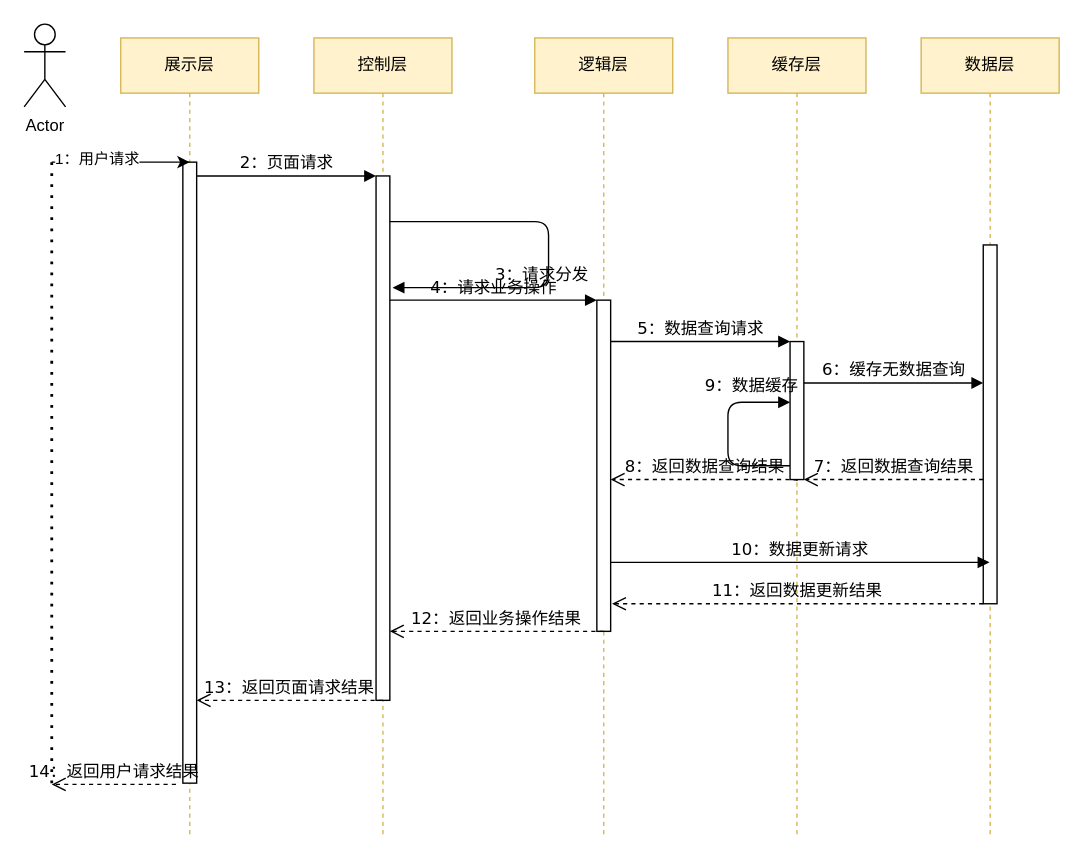
Earlier version of the draw.io diagram 未命名绘图.drawio (kkkkill/drawio). Source tidied: cells renumbered, new cells numbered last; positions are measured from the earlier drawing's top-left corner, leaving out a move shared by most shapes. Both pictures are drawn from the tidied source at 138%, with x=0, y=0 at pixel (23, 23).
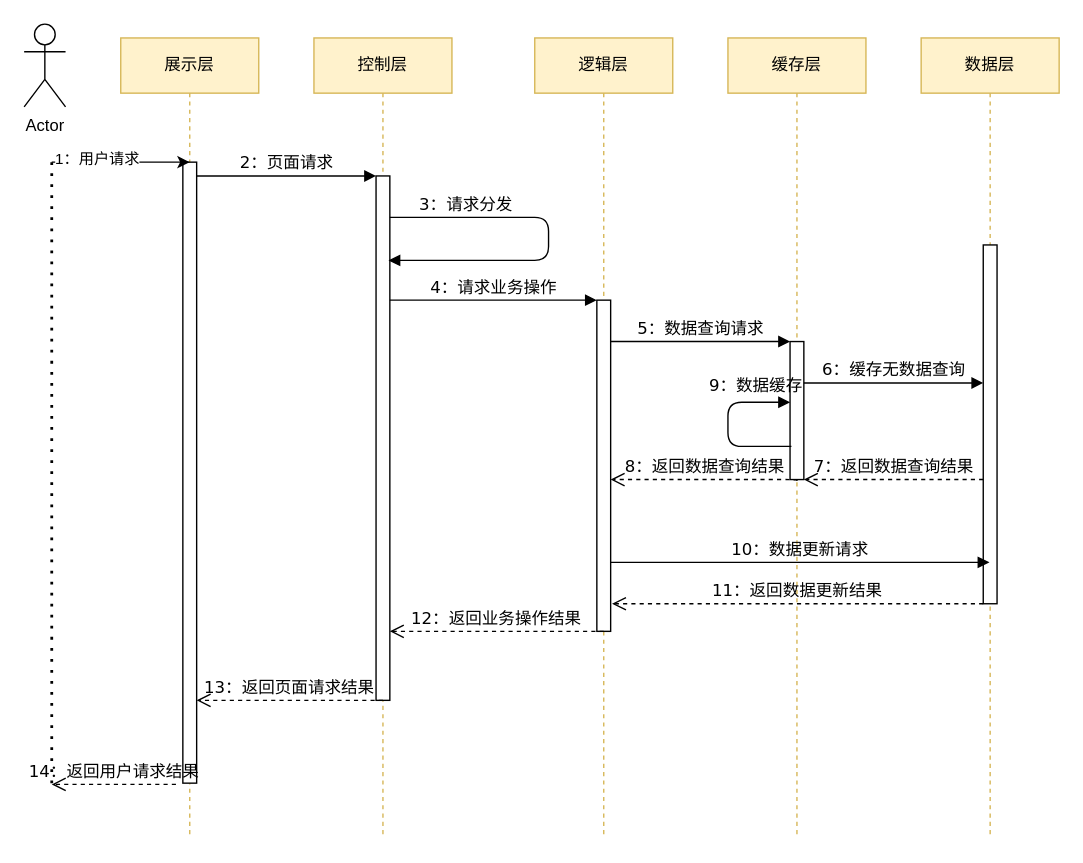
After the change.

Commit message:
更新未命名绘图.drawio

Unchanged cells that the change refers to:
```xml
<mxCell id="2" value="控制层" style="shape=umlLifeline;perimeter=lifelinePerimeter;whiteSpace=wrap;html=1;rounded=0;shadow=0;comic=0;labelBackgroundColor=none;strokeWidth=1;fontFamily=Verdana;fontSize=12;align=center;fillColor=#fff2cc;strokeColor=#d6b656;" parent="1" vertex="1">
  <mxGeometry x="210" y="10" width="100" height="580" as="geometry" />
</mxCell>
<mxCell id="3" style="html=1;points=[];perimeter=orthogonalPerimeter;rounded=0;shadow=0;comic=0;labelBackgroundColor=none;strokeWidth=1;fontFamily=Verdana;fontSize=12;align=center;" parent="2" vertex="1">
  <mxGeometry x="45" y="100" width="10" height="380" as="geometry" />
</mxCell>
<mxCell id="13" style="html=1;points=[];perimeter=orthogonalPerimeter;rounded=0;shadow=0;comic=0;labelBackgroundColor=none;strokeWidth=1;fontFamily=Verdana;fontSize=12;align=center;" parent="1" vertex="1">
  <mxGeometry x="555" y="230" width="10" height="100" as="geometry" />
</mxCell>
```

The edit, as a diff of the source:
```diff
@@
-    <mxCell id="4" value="3：请求分发" style="html=1;verticalAlign=bottom;endArrow=block;labelBackgroundColor=none;fontFamily=Verdana;fontSize=12;edgeStyle=elbowEdgeStyle;elbow=vertical;entryX=1.2;entryY=0.213;entryDx=0;entryDy=0;entryPerimeter=0;exitX=1;exitY=0.087;exitDx=0;exitDy=0;exitPerimeter=0;" parent="2" edge="1" source="3" target="3">
-      <mxGeometry y="-45" relative="1" as="geometry">
+    <mxCell id="4" value="3：请求分发" style="html=1;verticalAlign=bottom;endArrow=block;labelBackgroundColor=none;fontFamily=Verdana;fontSize=12;edgeStyle=elbowEdgeStyle;elbow=vertical;entryX=0.9;entryY=0.161;entryDx=0;entryDy=0;entryPerimeter=0;" parent="2" edge="1" source="3" target="3">
+      <mxGeometry x="-0.58" relative="1" as="geometry">
         <Array as="points">
           <mxPoint x="170" y="130" />
           <mxPoint x="140" y="120" />
           <mxPoint x="140" y="215" />
         </Array>
-        <mxPoint x="40" y="25" as="offset" />
       </mxGeometry>
     </mxCell>
@@
-    <mxCell id="24" value="9：数据缓存" style="html=1;verticalAlign=bottom;endArrow=block;labelBackgroundColor=none;fontFamily=Verdana;fontSize=12;edgeStyle=elbowEdgeStyle;elbow=vertical;exitX=0;exitY=0.9;exitDx=0;exitDy=0;exitPerimeter=0;entryX=0;entryY=0.44;entryDx=0;entryDy=0;entryPerimeter=0;" parent="1" edge="1" source="13" target="13">
+    <mxCell id="24" value="9：数据缓存" style="html=1;verticalAlign=bottom;endArrow=block;labelBackgroundColor=none;fontFamily=Verdana;fontSize=12;edgeStyle=elbowEdgeStyle;elbow=vertical;exitX=0.1;exitY=0.76;exitDx=0;exitDy=0;exitPerimeter=0;entryX=0;entryY=0.44;entryDx=0;entryDy=0;entryPerimeter=0;" parent="1" edge="1" source="13" target="13">
       <mxGeometry x="0.59" y="3" relative="1" as="geometry">
         <Array as="points">
           <mxPoint x="510" y="270" />
           <mxPoint x="500" y="300" />
           <mxPoint x="520" y="270" />
           <mxPoint x="510" y="320" />
           <mxPoint x="500" y="300" />
         </Array>
       </mxGeometry>
     </mxCell>
```
